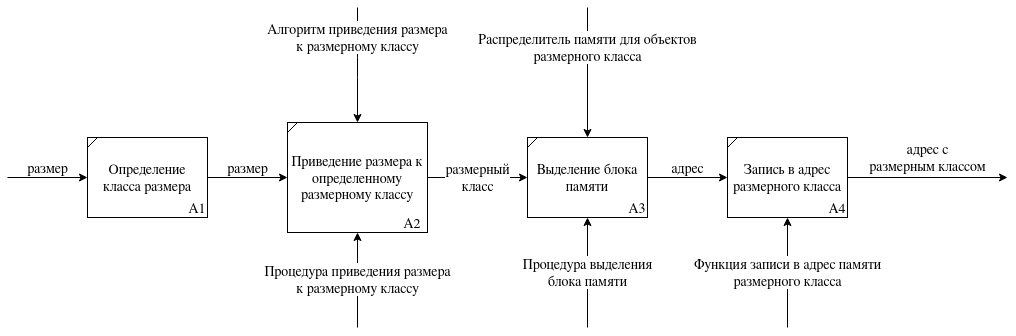
This is docs/images/block-allocation.png from lieroz/masters-degree, a draw.io export, as it was before one commit. Source tidied: cells renumbered, new cells last; positions are measured from the earlier drawing's top-left corner, leaving out a move shared by most shapes. The source it was exported from:
```xml
<mxGraphModel>
  <root>
    <mxCell id="0" />
    <mxCell id="1" parent="0" />
    <mxCell id="2" value="размер" style="edgeStyle=orthogonalEdgeStyle;rounded=0;jettySize=auto;html=1;entryX=0;entryY=0.5;entryDx=0;entryDy=0;fontSize=14;align=center;" parent="1" edge="1" source="3" target="8">
      <mxGeometry y="10" relative="1" as="geometry" />
    </mxCell>
    <mxCell id="3" value="&lt;font style=&quot;font-size: 14px&quot;&gt;Определение класса размера&lt;/font&gt;" style="rounded=0;whiteSpace=wrap;html=1;" parent="1" vertex="1">
      <mxGeometry x="80" y="130" width="120" height="80" as="geometry" />
    </mxCell>
    <mxCell id="4" style="endArrow=none;html=1;" parent="1" edge="1">
      <mxGeometry relative="1" as="geometry">
        <mxPoint x="80" y="140" as="sourcePoint" />
        <mxPoint x="90" y="130" as="targetPoint" />
      </mxGeometry>
    </mxCell>
    <mxCell id="5" value="размер" style="endArrow=classic;html=1;entryX=0;entryY=0.5;entryDx=0;entryDy=0;fontSize=14;align=center;verticalAlign=middle;" parent="1" edge="1" target="3">
      <mxGeometry y="10" relative="1" as="geometry">
        <mxPoint y="170" as="sourcePoint" />
      </mxGeometry>
    </mxCell>
    <mxCell id="6" value="А1" style="text;html=1;strokeColor=none;fillColor=none;align=center;verticalAlign=middle;whiteSpace=wrap;rounded=0;fontSize=14;" parent="1" vertex="1">
      <mxGeometry x="170" y="190" width="40" height="20" as="geometry" />
    </mxCell>
    <mxCell id="7" value="&lt;div&gt;размерный&lt;/div&gt;&lt;div&gt;класс&lt;/div&gt;" style="edgeStyle=orthogonalEdgeStyle;rounded=0;jettySize=auto;html=1;fontSize=14;align=center;" parent="1" edge="1" source="8" target="12">
      <mxGeometry relative="1" as="geometry" />
    </mxCell>
    <mxCell id="8" value="Приведение размера к определенному размерному классу" style="rounded=0;whiteSpace=wrap;html=1;fontSize=14;" parent="1" vertex="1">
      <mxGeometry x="280" y="115" width="140" height="110" as="geometry" />
    </mxCell>
    <mxCell id="9" style="endArrow=none;html=1;" parent="1" edge="1">
      <mxGeometry relative="1" as="geometry">
        <mxPoint x="280" y="125" as="sourcePoint" />
        <mxPoint x="290" y="115" as="targetPoint" />
      </mxGeometry>
    </mxCell>
    <mxCell id="10" value="А2" style="text;html=1;strokeColor=none;fillColor=none;align=center;verticalAlign=middle;whiteSpace=wrap;rounded=0;fontSize=14;" parent="1" vertex="1">
      <mxGeometry x="385" y="205" width="40" height="20" as="geometry" />
    </mxCell>
    <mxCell id="11" value="&lt;div&gt;Алгоритм приведения размера&lt;/div&gt;&lt;div&gt;к размерному классу&lt;/div&gt;" style="endArrow=classic;html=1;fontSize=14;align=center;entryX=0.5;entryY=0;entryDx=0;entryDy=0;" parent="1" edge="1" target="8">
      <mxGeometry x="-0.48" relative="1" as="geometry">
        <mxPoint x="350" as="sourcePoint" />
        <Array as="points">
          <mxPoint x="350" y="60" />
        </Array>
      </mxGeometry>
    </mxCell>
    <mxCell id="12" value="Выделение блока памяти" style="rounded=0;whiteSpace=wrap;html=1;fontSize=14;" parent="1" vertex="1">
      <mxGeometry x="520" y="130" width="120" height="80" as="geometry" />
    </mxCell>
    <mxCell id="13" value="А3" style="text;html=1;strokeColor=none;fillColor=none;align=center;verticalAlign=middle;whiteSpace=wrap;rounded=0;fontSize=14;" parent="1" vertex="1">
      <mxGeometry x="610" y="190" width="40" height="20" as="geometry" />
    </mxCell>
    <mxCell id="14" style="endArrow=none;html=1;" parent="1" edge="1">
      <mxGeometry relative="1" as="geometry">
        <mxPoint x="520" y="140" as="sourcePoint" />
        <mxPoint x="530" y="130" as="targetPoint" />
      </mxGeometry>
    </mxCell>
    <mxCell id="15" value="адрес" style="endArrow=classic;html=1;fontSize=14;align=center;entryX=0;entryY=0.5;entryDx=0;entryDy=0;" parent="1" edge="1" target="20">
      <mxGeometry y="10" relative="1" as="geometry">
        <mxPoint x="640" y="170" as="sourcePoint" />
      </mxGeometry>
    </mxCell>
    <mxCell id="16" value="&lt;div&gt;Распределитель памяти для объектов&lt;/div&gt;&lt;div&gt;размерного класса&lt;/div&gt;" style="endArrow=classic;html=1;fontSize=14;align=center;entryX=0.5;entryY=0;entryDx=0;entryDy=0;" parent="1" edge="1" target="12">
      <mxGeometry x="-0.38" relative="1" as="geometry">
        <mxPoint x="580" as="sourcePoint" />
      </mxGeometry>
    </mxCell>
    <mxCell id="17" value="&lt;div&gt;Процедура приведения размера&lt;/div&gt;&lt;div&gt;к размерному классу&lt;/div&gt;" style="endArrow=classic;html=1;fontSize=14;align=center;entryX=0.5;entryY=1;entryDx=0;entryDy=0;" parent="1" edge="1" target="8">
      <mxGeometry relative="1" as="geometry">
        <mxPoint x="350" y="320" as="sourcePoint" />
      </mxGeometry>
    </mxCell>
    <mxCell id="18" value="&lt;div&gt;Процедура выделения&lt;/div&gt;&lt;div&gt;блока памяти&lt;/div&gt;" style="endArrow=classic;html=1;fontSize=14;align=center;entryX=0.5;entryY=1;entryDx=0;entryDy=0;" parent="1" edge="1" target="12">
      <mxGeometry relative="1" as="geometry">
        <mxPoint x="580" y="320" as="sourcePoint" />
      </mxGeometry>
    </mxCell>
    <mxCell id="19" value="&lt;div&gt;адрес с&lt;/div&gt;&lt;div&gt;размерным классом&lt;/div&gt;" style="edgeStyle=orthogonalEdgeStyle;rounded=0;jettySize=auto;html=1;fontSize=14;align=center;" parent="1" edge="1" source="20">
      <mxGeometry y="20" relative="1" as="geometry">
        <mxPoint x="1000" y="170" as="targetPoint" />
      </mxGeometry>
    </mxCell>
    <mxCell id="20" value="Запись в адрес размерного класса" style="rounded=0;whiteSpace=wrap;html=1;fontSize=14;" parent="1" vertex="1">
      <mxGeometry x="720" y="130" width="120" height="80" as="geometry" />
    </mxCell>
    <mxCell id="21" value="&lt;div&gt;Функция записи в адрес памяти&lt;br&gt;&lt;/div&gt;&lt;div&gt;размерного класса&lt;/div&gt;" style="endArrow=classic;html=1;fontSize=14;align=center;entryX=0.5;entryY=1;entryDx=0;entryDy=0;" parent="1" edge="1" target="20">
      <mxGeometry relative="1" as="geometry">
        <mxPoint x="780" y="320" as="sourcePoint" />
      </mxGeometry>
    </mxCell>
    <mxCell id="22" style="endArrow=none;html=1;" parent="1" edge="1">
      <mxGeometry relative="1" as="geometry">
        <mxPoint x="720" y="140" as="sourcePoint" />
        <mxPoint x="730" y="130" as="targetPoint" />
      </mxGeometry>
    </mxCell>
    <mxCell id="23" value="A4" style="text;html=1;strokeColor=none;fillColor=none;align=center;verticalAlign=middle;whiteSpace=wrap;rounded=0;fontSize=14;" parent="1" vertex="1">
      <mxGeometry x="810" y="190" width="40" height="20" as="geometry" />
    </mxCell>
  </root>
</mxGraphModel>
```
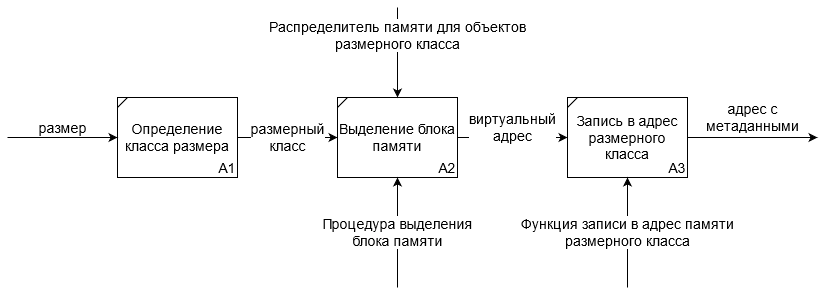
The same file after the commit.

Diff of the diagram source:
```diff
@@ -2,102 +2,74 @@
   <root>
     <mxCell id="0" />
     <mxCell id="1" parent="0" />
-    <mxCell id="2" value="размер" style="edgeStyle=orthogonalEdgeStyle;rounded=0;jettySize=auto;html=1;entryX=0;entryY=0.5;entryDx=0;entryDy=0;fontSize=14;align=center;" parent="1" edge="1" source="3" target="8">
-      <mxGeometry y="10" relative="1" as="geometry" />
-    </mxCell>
+    <mxCell id="7" value="&lt;div style=&quot;font-size: 14px;&quot;&gt;размерный&lt;/div&gt;&lt;div style=&quot;font-size: 14px;&quot;&gt;класс&lt;/div&gt;" style="edgeStyle=orthogonalEdgeStyle;rounded=0;jettySize=auto;html=1;entryX=0;entryY=0.5;entryDx=0;entryDy=0;fontSize=14;" parent="1" edge="1" source="3" target="12">
+      <mxGeometry relative="1" as="geometry" />
+    </mxCell>
     <mxCell id="3" value="&lt;font style=&quot;font-size: 14px&quot;&gt;Определение класса размера&lt;/font&gt;" style="rounded=0;whiteSpace=wrap;html=1;" parent="1" vertex="1">
-      <mxGeometry x="80" y="130" width="120" height="80" as="geometry" />
+      <mxGeometry x="300" y="130" width="120" height="80" as="geometry" />
     </mxCell>
-    <mxCell id="4" style="endArrow=none;html=1;" parent="1" edge="1">
-      <mxGeometry relative="1" as="geometry">
-        <mxPoint x="80" y="140" as="sourcePoint" />
-        <mxPoint x="90" y="130" as="targetPoint" />
-      </mxGeometry>
-    </mxCell>
     <mxCell id="5" value="размер" style="endArrow=classic;html=1;entryX=0;entryY=0.5;entryDx=0;entryDy=0;fontSize=14;align=center;verticalAlign=middle;" parent="1" edge="1" target="3">
       <mxGeometry y="10" relative="1" as="geometry">
-        <mxPoint y="170" as="sourcePoint" />
+        <mxPoint x="190" y="170" as="sourcePoint" />
       </mxGeometry>
     </mxCell>
-    <mxCell id="6" value="А1" style="text;html=1;strokeColor=none;fillColor=none;align=center;verticalAlign=middle;whiteSpace=wrap;rounded=0;fontSize=14;" parent="1" vertex="1">
-      <mxGeometry x="170" y="190" width="40" height="20" as="geometry" />
-    </mxCell>
-    <mxCell id="7" value="&lt;div&gt;размерный&lt;/div&gt;&lt;div&gt;класс&lt;/div&gt;" style="edgeStyle=orthogonalEdgeStyle;rounded=0;jettySize=auto;html=1;fontSize=14;align=center;" parent="1" edge="1" source="8" target="12">
-      <mxGeometry relative="1" as="geometry" />
-    </mxCell>
-    <mxCell id="8" value="Приведение размера к определенному размерному классу" style="rounded=0;whiteSpace=wrap;html=1;fontSize=14;" parent="1" vertex="1">
-      <mxGeometry x="280" y="115" width="140" height="110" as="geometry" />
-    </mxCell>
     <mxCell id="9" style="endArrow=none;html=1;" parent="1" edge="1">
       <mxGeometry relative="1" as="geometry">
-        <mxPoint x="280" y="125" as="sourcePoint" />
-        <mxPoint x="290" y="115" as="targetPoint" />
+        <mxPoint x="300" y="140" as="sourcePoint" />
+        <mxPoint x="310" y="130" as="targetPoint" />
       </mxGeometry>
     </mxCell>
-    <mxCell id="10" value="А2" style="text;html=1;strokeColor=none;fillColor=none;align=center;verticalAlign=middle;whiteSpace=wrap;rounded=0;fontSize=14;" parent="1" vertex="1">
-      <mxGeometry x="385" y="205" width="40" height="20" as="geometry" />
-    </mxCell>
-    <mxCell id="11" value="&lt;div&gt;Алгоритм приведения размера&lt;/div&gt;&lt;div&gt;к размерному классу&lt;/div&gt;" style="endArrow=classic;html=1;fontSize=14;align=center;entryX=0.5;entryY=0;entryDx=0;entryDy=0;" parent="1" edge="1" target="8">
-      <mxGeometry x="-0.48" relative="1" as="geometry">
-        <mxPoint x="350" as="sourcePoint" />
-        <Array as="points">
-          <mxPoint x="350" y="60" />
-        </Array>
-      </mxGeometry>
-    </mxCell>
     <mxCell id="12" value="Выделение блока памяти" style="rounded=0;whiteSpace=wrap;html=1;fontSize=14;" parent="1" vertex="1">
       <mxGeometry x="520" y="130" width="120" height="80" as="geometry" />
     </mxCell>
-    <mxCell id="13" value="А3" style="text;html=1;strokeColor=none;fillColor=none;align=center;verticalAlign=middle;whiteSpace=wrap;rounded=0;fontSize=14;" parent="1" vertex="1">
-      <mxGeometry x="610" y="190" width="40" height="20" as="geometry" />
-    </mxCell>
     <mxCell id="14" style="endArrow=none;html=1;" parent="1" edge="1">
       <mxGeometry relative="1" as="geometry">
         <mxPoint x="520" y="140" as="sourcePoint" />
         <mxPoint x="530" y="130" as="targetPoint" />
       </mxGeometry>
     </mxCell>
-    <mxCell id="15" value="адрес" style="endArrow=classic;html=1;fontSize=14;align=center;entryX=0;entryY=0.5;entryDx=0;entryDy=0;" parent="1" edge="1" target="20">
+    <mxCell id="15" value="&lt;div&gt;виртуальный&lt;/div&gt;&lt;div&gt;адрес&lt;/div&gt;" style="endArrow=classic;html=1;fontSize=14;align=center;entryX=0;entryY=0.5;entryDx=0;entryDy=0;" parent="1" edge="1" target="20">
       <mxGeometry y="10" relative="1" as="geometry">
         <mxPoint x="640" y="170" as="sourcePoint" />
       </mxGeometry>
     </mxCell>
     <mxCell id="16" value="&lt;div&gt;Распределитель памяти для объектов&lt;/div&gt;&lt;div&gt;размерного класса&lt;/div&gt;" style="endArrow=classic;html=1;fontSize=14;align=center;entryX=0.5;entryY=0;entryDx=0;entryDy=0;" parent="1" edge="1" target="12">
       <mxGeometry x="-0.38" relative="1" as="geometry">
-        <mxPoint x="580" as="sourcePoint" />
+        <mxPoint x="580" y="40" as="sourcePoint" />
       </mxGeometry>
     </mxCell>
-    <mxCell id="17" value="&lt;div&gt;Процедура приведения размера&lt;/div&gt;&lt;div&gt;к размерному классу&lt;/div&gt;" style="endArrow=classic;html=1;fontSize=14;align=center;entryX=0.5;entryY=1;entryDx=0;entryDy=0;" parent="1" edge="1" target="8">
-      <mxGeometry relative="1" as="geometry">
-        <mxPoint x="350" y="320" as="sourcePoint" />
-      </mxGeometry>
-    </mxCell>
     <mxCell id="18" value="&lt;div&gt;Процедура выделения&lt;/div&gt;&lt;div&gt;блока памяти&lt;/div&gt;" style="endArrow=classic;html=1;fontSize=14;align=center;entryX=0.5;entryY=1;entryDx=0;entryDy=0;" parent="1" edge="1" target="12">
       <mxGeometry relative="1" as="geometry">
         <mxPoint x="580" y="320" as="sourcePoint" />
       </mxGeometry>
     </mxCell>
-    <mxCell id="19" value="&lt;div&gt;адрес с&lt;/div&gt;&lt;div&gt;размерным классом&lt;/div&gt;" style="edgeStyle=orthogonalEdgeStyle;rounded=0;jettySize=auto;html=1;fontSize=14;align=center;" parent="1" edge="1" source="20">
+    <mxCell id="19" value="&lt;div&gt;адрес с&lt;/div&gt;&lt;div&gt;метаданными&lt;br&gt;&lt;/div&gt;" style="edgeStyle=orthogonalEdgeStyle;rounded=0;jettySize=auto;html=1;fontSize=14;align=center;" parent="1" edge="1" source="20">
       <mxGeometry y="20" relative="1" as="geometry">
         <mxPoint x="1000" y="170" as="targetPoint" />
       </mxGeometry>
     </mxCell>
     <mxCell id="20" value="Запись в адрес размерного класса" style="rounded=0;whiteSpace=wrap;html=1;fontSize=14;" parent="1" vertex="1">
-      <mxGeometry x="720" y="130" width="120" height="80" as="geometry" />
+      <mxGeometry x="750" y="130" width="120" height="80" as="geometry" />
     </mxCell>
     <mxCell id="21" value="&lt;div&gt;Функция записи в адрес памяти&lt;br&gt;&lt;/div&gt;&lt;div&gt;размерного класса&lt;/div&gt;" style="endArrow=classic;html=1;fontSize=14;align=center;entryX=0.5;entryY=1;entryDx=0;entryDy=0;" parent="1" edge="1" target="20">
       <mxGeometry relative="1" as="geometry">
-        <mxPoint x="780" y="320" as="sourcePoint" />
+        <mxPoint x="810" y="320" as="sourcePoint" />
       </mxGeometry>
     </mxCell>
     <mxCell id="22" style="endArrow=none;html=1;" parent="1" edge="1">
       <mxGeometry relative="1" as="geometry">
-        <mxPoint x="720" y="140" as="sourcePoint" />
-        <mxPoint x="730" y="130" as="targetPoint" />
+        <mxPoint x="750" y="140" as="sourcePoint" />
+        <mxPoint x="760" y="130" as="targetPoint" />
       </mxGeometry>
     </mxCell>
-    <mxCell id="23" value="A4" style="text;html=1;strokeColor=none;fillColor=none;align=center;verticalAlign=middle;whiteSpace=wrap;rounded=0;fontSize=14;" parent="1" vertex="1">
-      <mxGeometry x="810" y="190" width="40" height="20" as="geometry" />
-    </mxCell>
+    <mxCell id="13" value="А3" style="text;html=1;strokeColor=none;fillColor=none;align=center;verticalAlign=middle;whiteSpace=wrap;rounded=0;fontSize=14;" parent="1" vertex="1">
+      <mxGeometry x="840" y="190" width="40" height="20" as="geometry" />
+    </mxCell>
+    <mxCell id="10" value="А2" style="text;html=1;strokeColor=none;fillColor=none;align=center;verticalAlign=middle;whiteSpace=wrap;rounded=0;fontSize=14;" parent="1" vertex="1">
+      <mxGeometry x="610" y="190" width="40" height="20" as="geometry" />
+    </mxCell>
+    <mxCell id="6" value="А1" style="text;html=1;strokeColor=none;fillColor=none;align=center;verticalAlign=middle;whiteSpace=wrap;rounded=0;fontSize=14;" parent="1" vertex="1">
+      <mxGeometry x="390" y="190" width="40" height="20" as="geometry" />
+    </mxCell>
   </root>
 </mxGraphModel>
```
